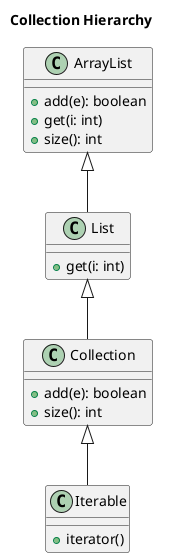
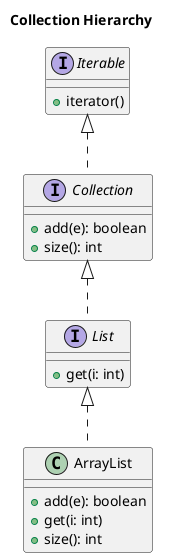
@startuml
title Collection Hierarchy
- class Iterable {
+ interface Iterable {
  +iterator()
}
- class Collection {
+ interface Collection {
  +add(e): boolean
  +size(): int
}
- class List {
+ interface List {
  +get(i: int)
}
class ArrayList {
  +add(e): boolean
  +get(i: int)
  +size(): int
}
- Collection <|-- Iterable
- List <|-- Collection
- ArrayList <|-- List
+ Iterable <|.. Collection
+ Collection <|.. List
+ List <|.. ArrayList
@enduml
